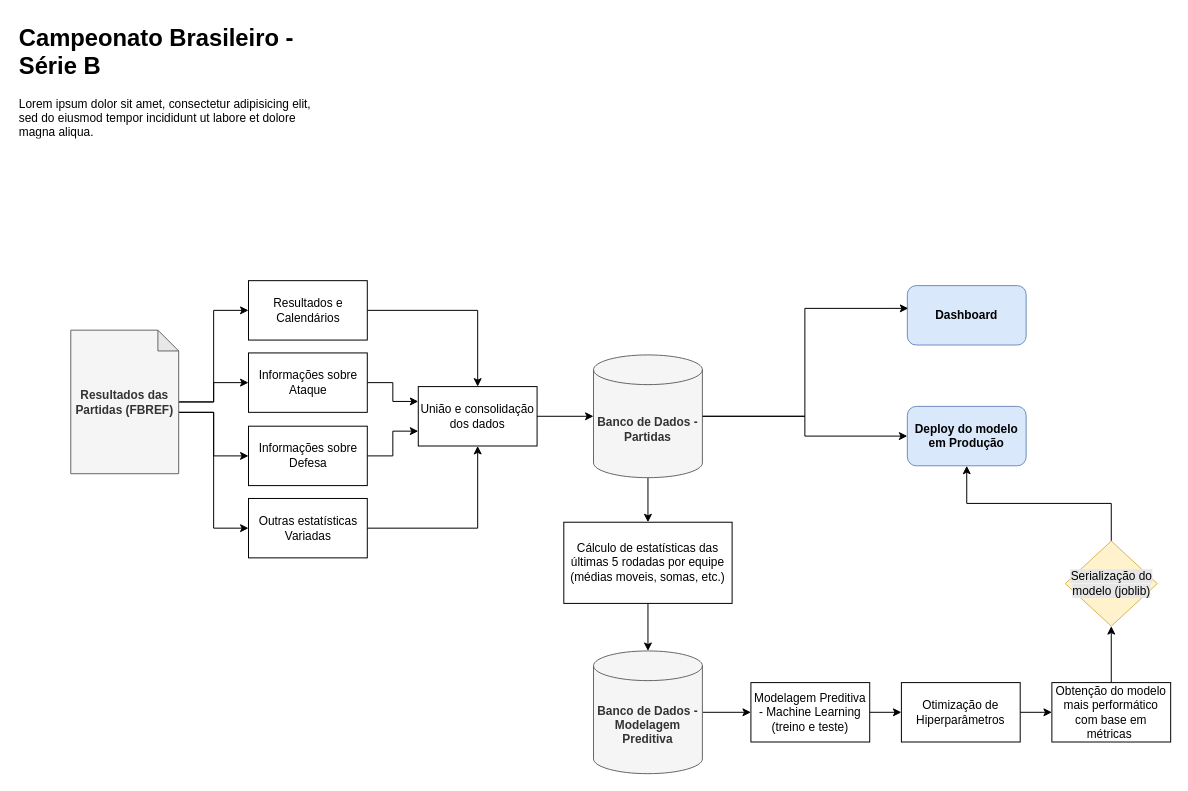
Before: references/diagrama_br-serieb.drawio in viniciusbelchior0/CampeonatoBR_serieB, a draw.io diagram. Source tidied: cells renumbered, new cells numbered last; positions are measured from the earlier drawing's top-left corner, leaving out a move shared by most shapes. Both pictures are drawn from the tidied source at 99%, with x=0, y=0 at pixel (17, 17).
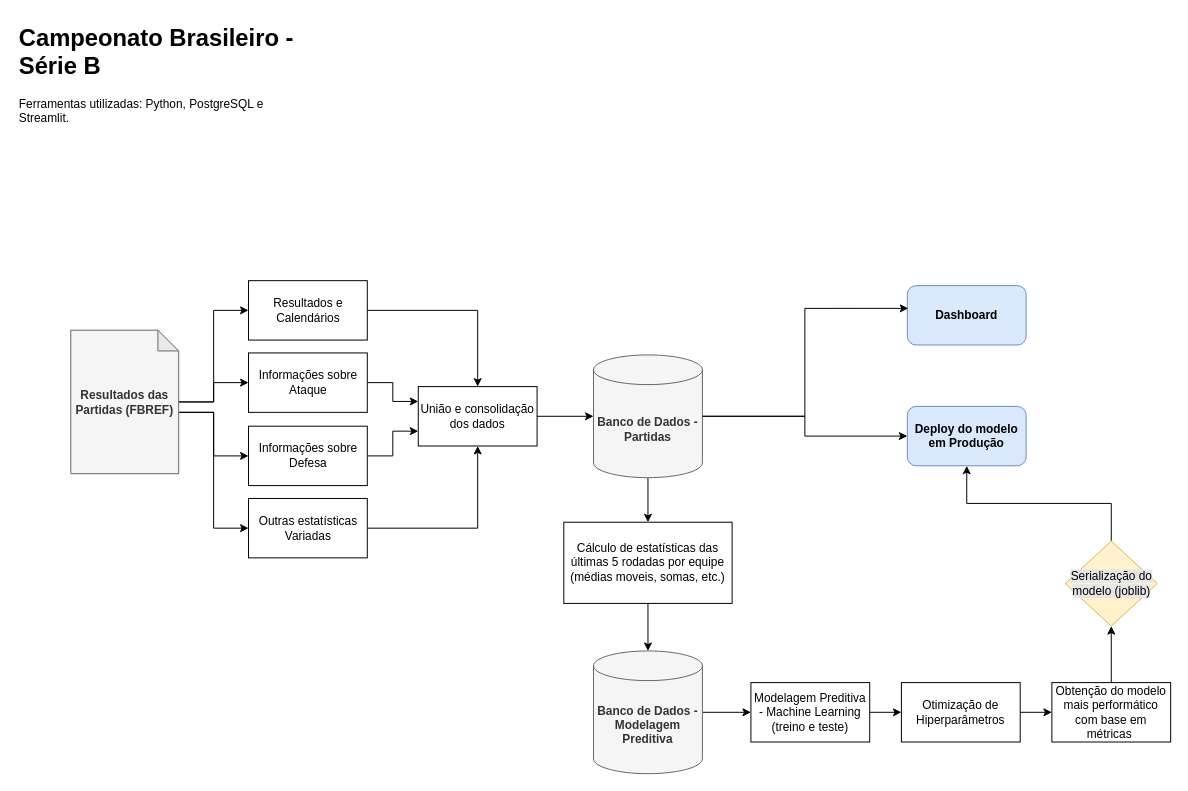
The same diagram, later.

Diff of the diagram source:
```diff
@@
-    <mxCell id="9" value="&lt;h1 style=&quot;margin-top: 0px;&quot;&gt;Campeonato Brasileiro - Série B&lt;/h1&gt;&lt;p&gt;Lorem ipsum dolor sit amet, consectetur adipisicing elit, sed do eiusmod tempor incididunt ut labore et dolore magna aliqua.&lt;/p&gt;" style="text;html=1;whiteSpace=wrap;overflow=hidden;rounded=0;" parent="1" vertex="1">
+    <mxCell id="9" value="&lt;h1 style=&quot;margin-top: 0px;&quot;&gt;Campeonato Brasileiro - Série B&lt;/h1&gt;&lt;p&gt;Ferramentas utilizadas: Python, PostgreSQL e Streamlit.&lt;/p&gt;" style="text;html=1;whiteSpace=wrap;overflow=hidden;rounded=0;" parent="1" vertex="1">
       <mxGeometry width="301" height="120" as="geometry" />
     </mxCell>
```
